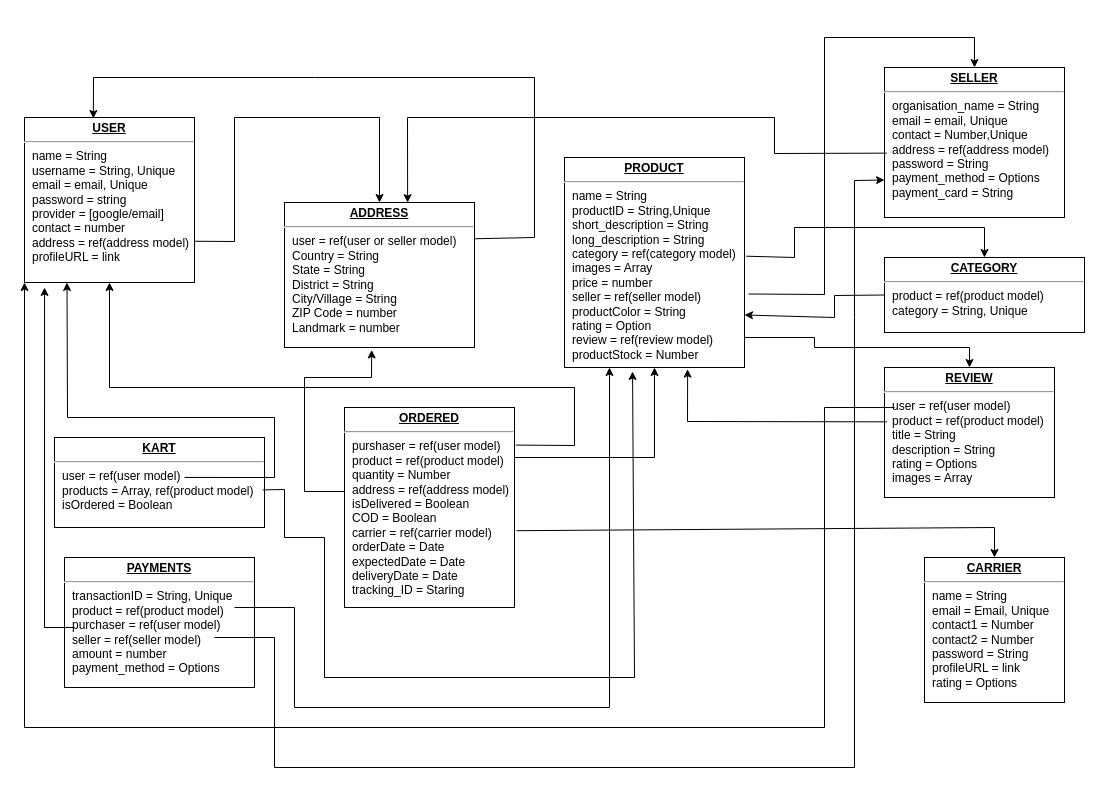
Above: Untitled Diagram.drawio in ritesh2004/eCommerce-Backend (draw.io), before the change. Source tidied: cells renumbered, new cells numbered last; positions are measured from the earlier drawing's top-left corner, leaving out a move shared by most shapes. Both pictures are drawn from the tidied source at 100%, with x=0, y=0 at pixel (24, 37).
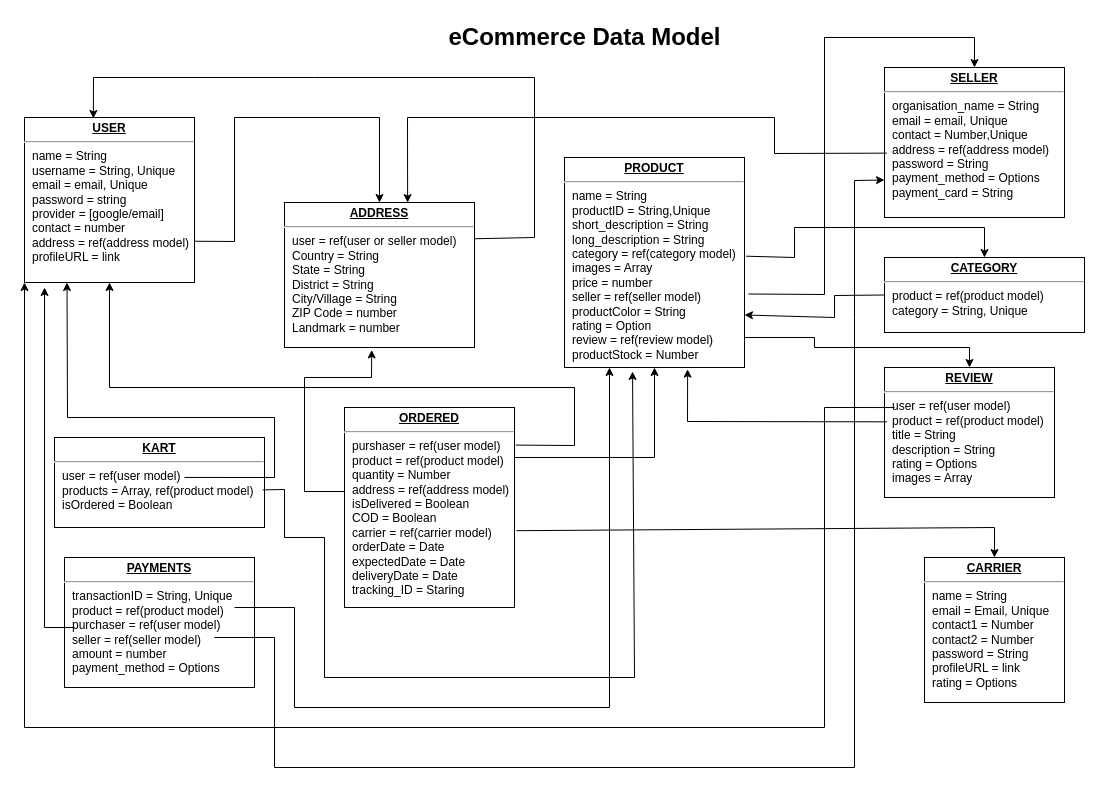
The same page after the edit.

The edit, as a diff of the source:
```diff
@@
+    <mxCell id="39" value="eCommerce Data Model" style="text;strokeColor=none;fillColor=none;html=1;fontSize=24;fontStyle=1;verticalAlign=middle;align=center;" parent="1" vertex="1">
+      <mxGeometry x="510" y="-20" width="100" height="40" as="geometry" />
+    </mxCell>
```
